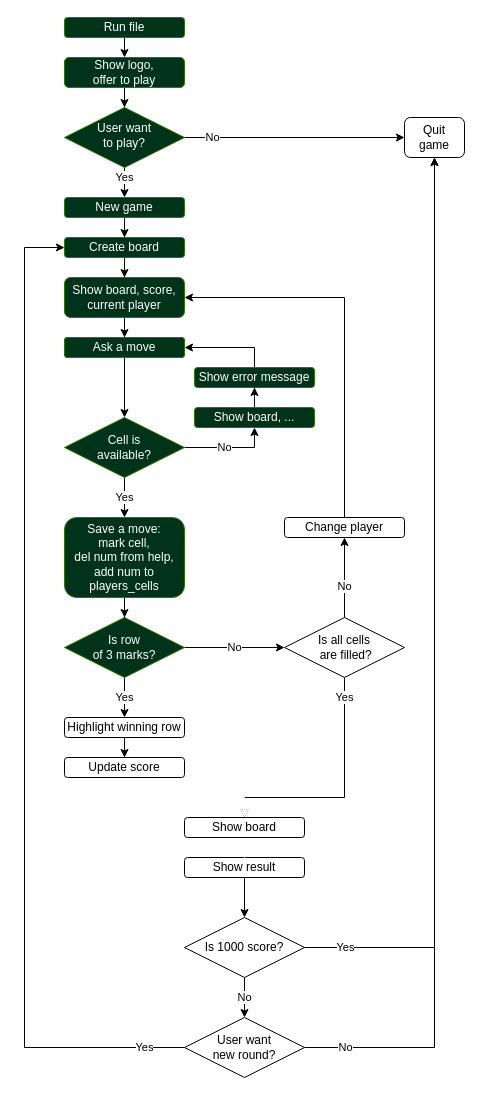
This is flowchart.drawio from k-yakovlev/tic-tac-toe, a draw.io file, before an edit. Source tidied: cells renumbered, new cells numbered last; positions are measured from the earlier drawing's top-left corner, leaving out a move shared by most shapes. Both pictures are drawn from the tidied source at 100%, with x=0, y=0 at pixel (24, 17).
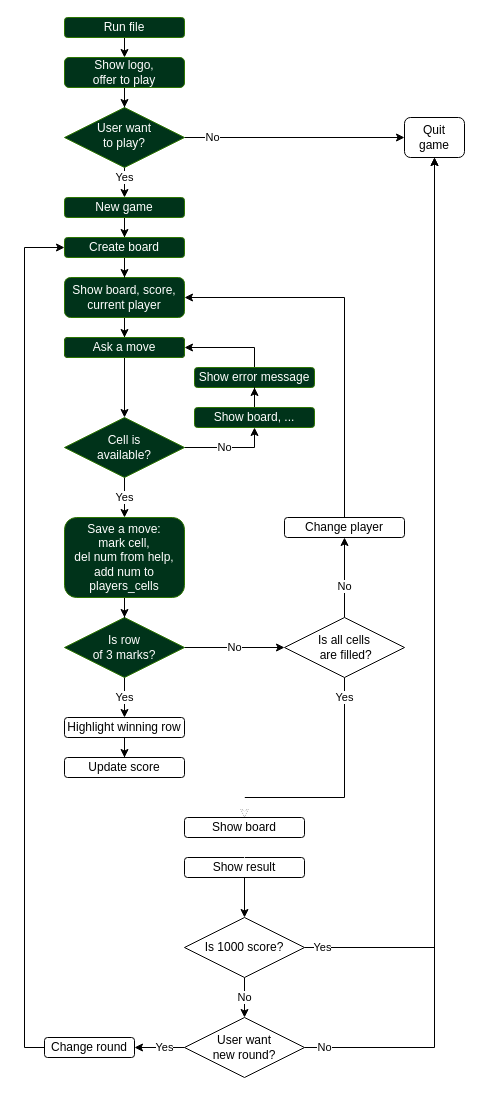
Above is the later version.

Unchanged cells that the change refers to:
```xml
<mxCell id="8" value="Quit &lt;br&gt;game" style="rounded=1;whiteSpace=wrap;html=1;fontSize=12;glass=0;strokeWidth=1;shadow=0;" parent="1" vertex="1">
  <mxGeometry x="380" y="100" width="60" height="40" as="geometry" />
</mxCell>
<mxCell id="34" value="User want&lt;br&gt;new round?" style="rhombus;whiteSpace=wrap;html=1;" parent="1" vertex="1">
  <mxGeometry x="160" y="1000" width="120" height="60" as="geometry" />
</mxCell>
<mxCell id="38" value="Create board" style="rounded=1;whiteSpace=wrap;html=1;strokeColor=#2D7600;fontColor=#ffffff;fillColor=#00331A;" parent="1" vertex="1">
  <mxGeometry x="40" y="220" width="120" height="20" as="geometry" />
</mxCell>
<mxCell id="49" value="Is 1000 score?" style="rhombus;whiteSpace=wrap;html=1;" parent="1" vertex="1">
  <mxGeometry x="160" y="900" width="120" height="60" as="geometry" />
</mxCell>
```

Change to the diagram source:
```diff
@@
     <mxCell id="32" value="No" style="edgeStyle=orthogonalEdgeStyle;rounded=0;jettySize=auto;html=1;" parent="1" edge="1" source="34" target="8">
-      <mxGeometry x="-0.92" relative="1" as="geometry" />
+      <mxGeometry x="-0.96" relative="1" as="geometry" />
     </mxCell>
-    <mxCell id="33" value="Yes" style="edgeStyle=orthogonalEdgeStyle;rounded=0;jettySize=auto;html=1;exitX=0;exitY=0.5;exitDx=0;exitDy=0;entryX=0;entryY=0.5;entryDx=0;entryDy=0;" parent="1" edge="1" source="34" target="38">
-      <mxGeometry x="-0.92" relative="1" as="geometry">
-        <Array as="points">
-          <mxPoint y="1030" />
-          <mxPoint y="230" />
-        </Array>
-      </mxGeometry>
+    <mxCell id="33" value="Yes" style="edgeStyle=orthogonalEdgeStyle;rounded=0;jettySize=auto;html=1;entryX=1;entryY=0.5;entryDx=0;entryDy=0;" parent="1" edge="1" source="34" target="51">
+      <mxGeometry x="-0.2" relative="1" as="geometry" />
     </mxCell>
@@
     <mxCell id="48" value="Yes" style="edgeStyle=orthogonalEdgeStyle;rounded=0;jettySize=auto;html=1;entryX=0.5;entryY=1;entryDx=0;entryDy=0;" parent="1" edge="1" source="49" target="8">
-      <mxGeometry x="-0.91" relative="1" as="geometry" />
+      <mxGeometry x="-0.96" relative="1" as="geometry" />
     </mxCell>
@@
+    <mxCell id="50" style="edgeStyle=orthogonalEdgeStyle;rounded=0;jettySize=auto;html=1;entryX=0;entryY=0.5;entryDx=0;entryDy=0;" parent="1" edge="1" source="51" target="38">
+      <mxGeometry relative="1" as="geometry">
+        <Array as="points">
+          <mxPoint y="1030" />
+          <mxPoint y="230" />
+        </Array>
+      </mxGeometry>
+    </mxCell>
+    <mxCell id="51" value="Change round" style="whiteSpace=wrap;html=1;rounded=1;" parent="1" vertex="1">
+      <mxGeometry x="20" y="1020" width="90" height="20" as="geometry" />
+    </mxCell>
```
